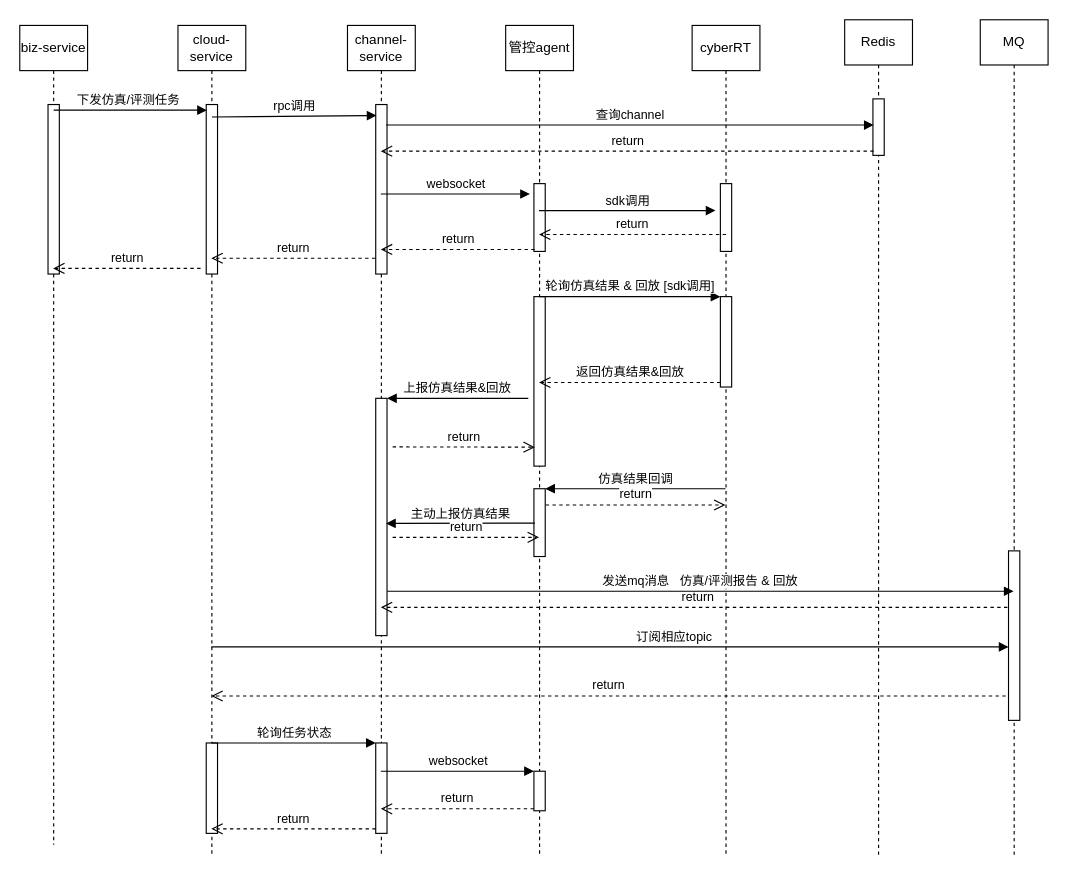
Earlier version of the draw.io diagram page "第 0 页" (1 of 4) of 调度时序图.drawio (adwars/adwars). Source tidied: cells renumbered, new cells numbered last; positions are measured from the earlier drawing's top-left corner, leaving out a move shared by most shapes. Both pictures are drawn from the tidied source at 113%, with x=0, y=0 at pixel (19, 19).
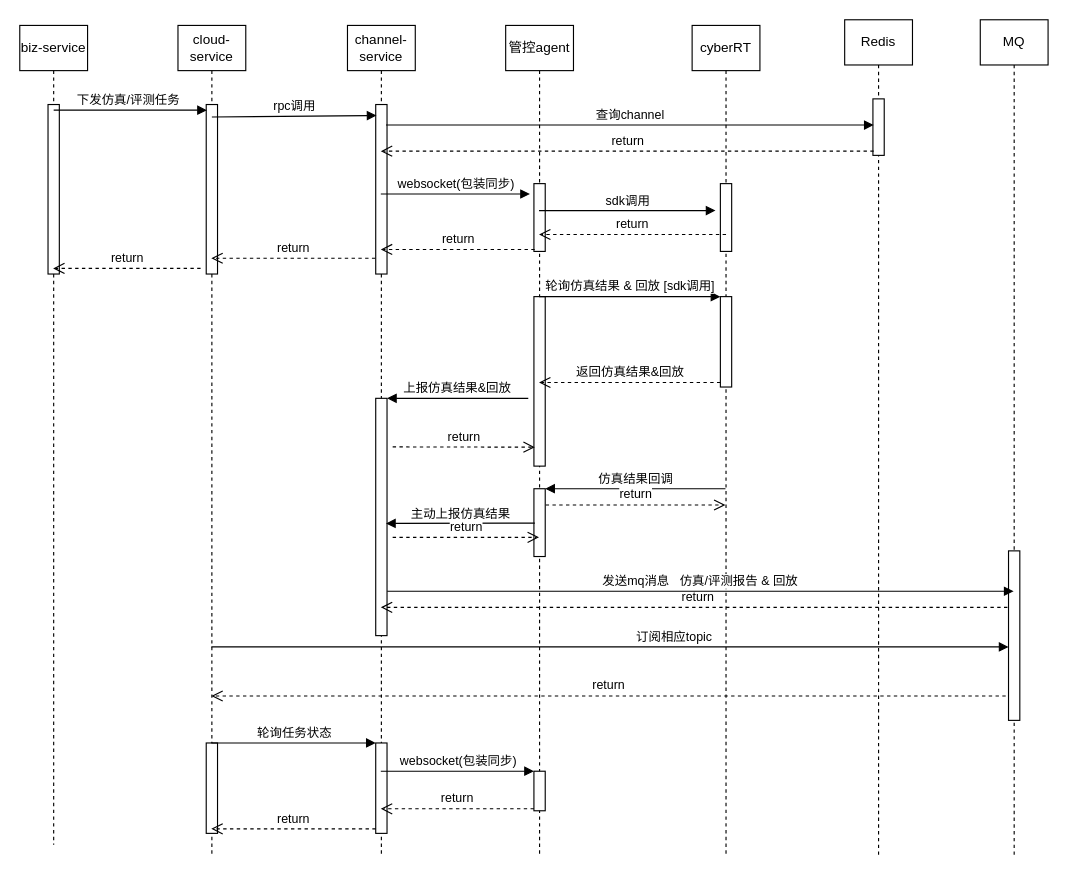
After the change.

The change refers to these unchanged cells:
```xml
<mxCell id="5" value="channel-service" style="shape=umlLifeline;perimeter=lifelinePerimeter;whiteSpace=wrap;html=1;outlineConnect=0;" parent="1" vertex="1">
  <mxGeometry x="290" y="5" width="60" height="735" as="geometry" />
</mxCell>
<mxCell id="10" style="html=1;points=[];perimeter=orthogonalPerimeter;" parent="9" vertex="1">
  <mxGeometry x="25" y="140" width="10" height="60" as="geometry" />
</mxCell>
<mxCell id="13" style="html=1;points=[];perimeter=orthogonalPerimeter;" parent="9" vertex="1">
  <mxGeometry x="25" y="660" width="10" height="35" as="geometry" />
</mxCell>
```

What changed in the source:
```diff
@@
-    <mxCell id="21" value="websocket" style="html=1;verticalAlign=bottom;endArrow=block;entryX=-0.353;entryY=0.153;rounded=0;entryDx=0;entryDy=0;entryPerimeter=0;" parent="1" edge="1" source="5" target="10">
+    <mxCell id="21" value="websocket(包装同步)" style="html=1;verticalAlign=bottom;endArrow=block;entryX=-0.353;entryY=0.153;rounded=0;entryDx=0;entryDy=0;entryPerimeter=0;" parent="1" edge="1" source="5" target="10">
       <mxGeometry relative="1" as="geometry" />
     </mxCell>
@@
-    <mxCell id="45" value="websocket" style="html=1;verticalAlign=bottom;endArrow=block;entryX=0;entryY=0;rounded=0;startSize=6;endSize=6;" parent="1" edge="1" source="5" target="13">
+    <mxCell id="45" value="websocket(包装同步)" style="html=1;verticalAlign=bottom;endArrow=block;entryX=0;entryY=0;rounded=0;startSize=6;endSize=6;" parent="1" edge="1" source="5" target="13">
       <mxGeometry relative="1" as="geometry" />
     </mxCell>
```
